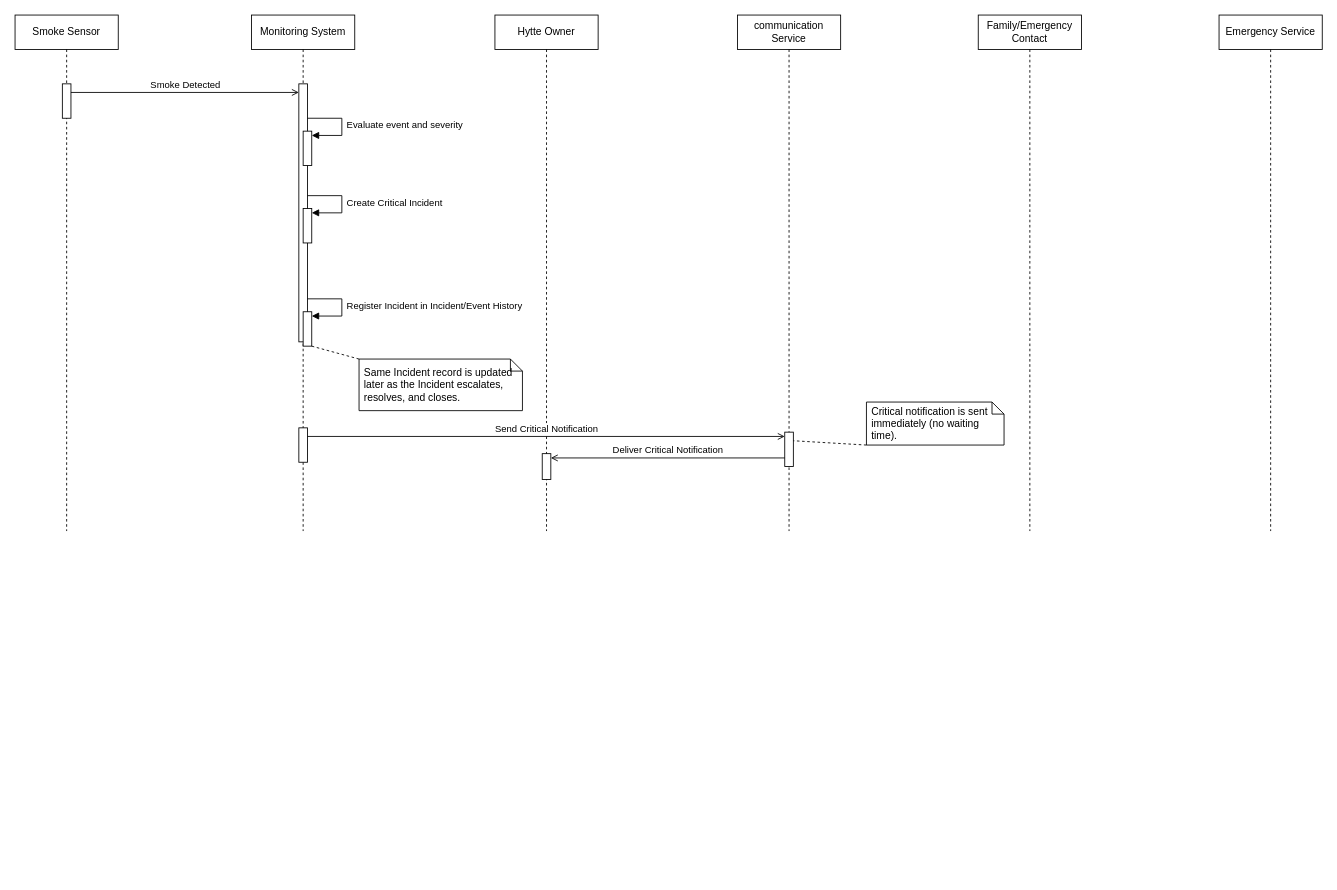
Before: model/sequence-diagram.drawio in hytte-monitoring/hytte-monitoring.github.io, a draw.io diagram. Source tidied: cells renumbered, new cells numbered last; positions are measured from the earlier drawing's top-left corner, leaving out a move shared by most shapes. Both pictures are drawn from the tidied source at 86%, with x=0, y=0 at pixel (15, 15).
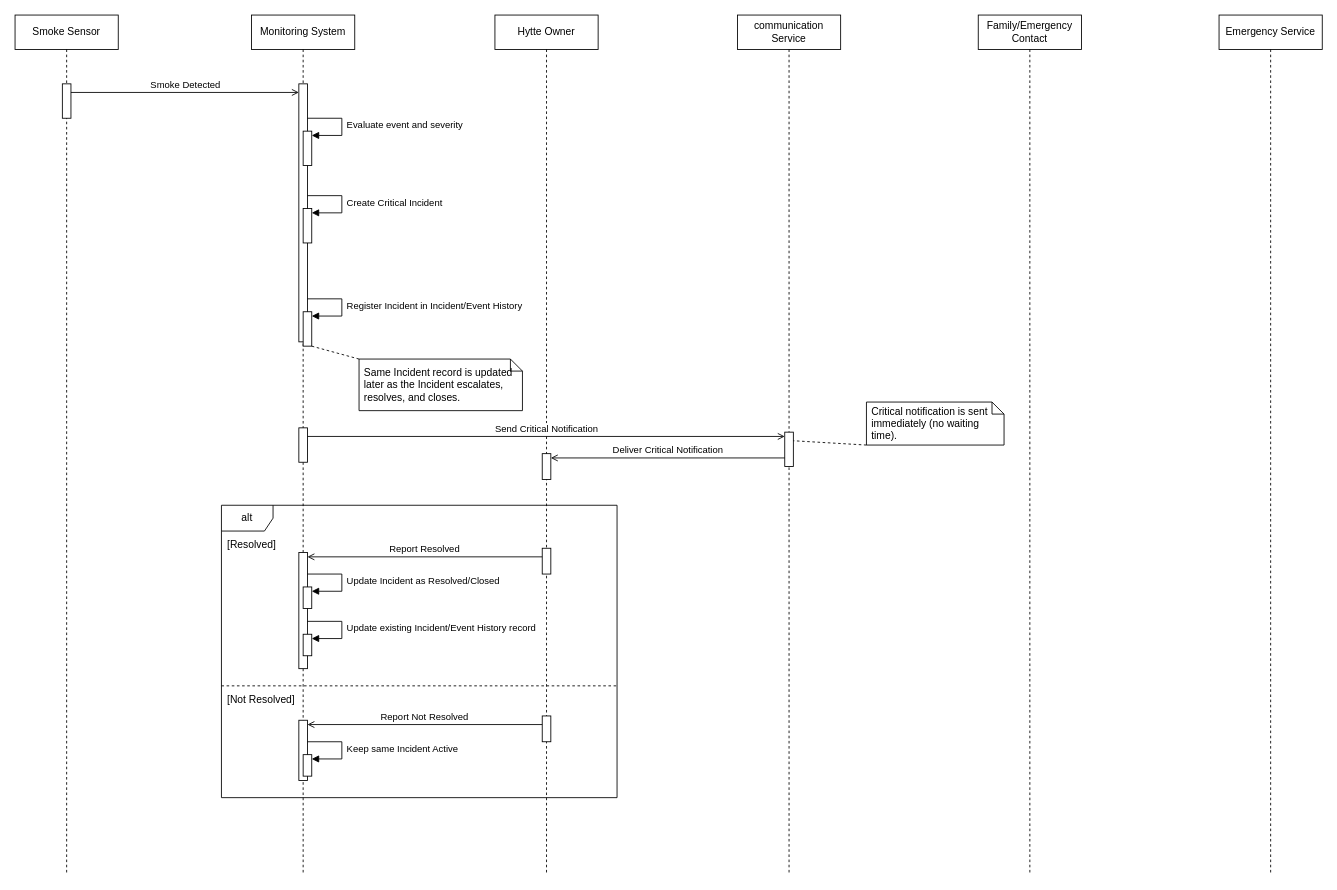
Above is the later version.

Commit message:
Add owner response alt fragment to sequence diagram

Diff of the diagram source:
```diff
@@
     <mxCell id="2" value="Smoke Sensor" style="shape=umlLifeline;perimeter=lifelinePerimeter;whiteSpace=wrap;html=1;newEdgeStyle={&quot;curved&quot;:0,&quot;rounded&quot;:0};size=40;" parent="1" vertex="1">
-      <mxGeometry width="120" height="600" as="geometry" />
+      <mxGeometry width="120" height="1000" as="geometry" />
     </mxCell>
@@
     <mxCell id="4" value="Monitoring System" style="shape=umlLifeline;perimeter=lifelinePerimeter;whiteSpace=wrap;html=1;newEdgeStyle={&quot;curved&quot;:0,&quot;rounded&quot;:0};size=40;" parent="1" vertex="1">
-      <mxGeometry x="275" width="120" height="600" as="geometry" />
+      <mxGeometry x="275" width="120" height="1000" as="geometry" />
     </mxCell>
@@
     <mxCell id="9" value="Hytte Owner" style="shape=umlLifeline;perimeter=lifelinePerimeter;whiteSpace=wrap;html=1;newEdgeStyle={&quot;curved&quot;:0,&quot;rounded&quot;:0};size=40;" parent="1" vertex="1">
-      <mxGeometry x="558" width="120" height="600" as="geometry" />
+      <mxGeometry x="558" width="120" height="1000" as="geometry" />
     </mxCell>
     <mxCell id="10" value="communication Service" style="shape=umlLifeline;perimeter=lifelinePerimeter;whiteSpace=wrap;html=1;newEdgeStyle={&quot;curved&quot;:0,&quot;rounded&quot;:0};size=40;" parent="1" vertex="1">
-      <mxGeometry x="840" width="120" height="600" as="geometry" />
+      <mxGeometry x="840" width="120" height="1000" as="geometry" />
     </mxCell>
     <mxCell id="11" value="Family/Emergency Contact" style="shape=umlLifeline;perimeter=lifelinePerimeter;whiteSpace=wrap;html=1;newEdgeStyle={&quot;curved&quot;:0,&quot;rounded&quot;:0};size=40;" parent="1" vertex="1">
-      <mxGeometry x="1120" width="120" height="600" as="geometry" />
+      <mxGeometry x="1120" width="120" height="1000" as="geometry" />
     </mxCell>
     <mxCell id="12" value="Emergency Service" style="shape=umlLifeline;perimeter=lifelinePerimeter;whiteSpace=wrap;html=1;newEdgeStyle={&quot;curved&quot;:0,&quot;rounded&quot;:0};size=40;" parent="1" vertex="1">
-      <mxGeometry x="1400" width="120" height="600" as="geometry" />
+      <mxGeometry x="1400" width="120" height="1000" as="geometry" />
     </mxCell>
@@
+    <mxCell id="26" value="alt" style="shape=umlFrame;whiteSpace=wrap;html=1;width=60;height=30;fillColor=none;" parent="1" vertex="1">
+      <mxGeometry x="240" y="570" width="460" height="340" as="geometry" />
+    </mxCell>
+    <mxCell id="27" value="[Resolved]" style="text;html=1;align=left;verticalAlign=middle;whiteSpace=wrap;" parent="1" vertex="1">
+      <mxGeometry x="245" y="606" width="85" height="20" as="geometry" />
+    </mxCell>
+    <mxCell id="28" style="html=1;perimeter=orthogonalPerimeter;outlineConnect=0;targetShapes=umlLifeline;portConstraint=eastwest;newEdgeStyle={&quot;curved&quot;:0,&quot;rounded&quot;:0};" parent="9" vertex="1">
+      <mxGeometry x="55" y="620" width="10" height="30" as="geometry" />
+    </mxCell>
+    <mxCell id="29" style="html=1;perimeter=orthogonalPerimeter;outlineConnect=0;targetShapes=umlLifeline;portConstraint=eastwest;newEdgeStyle={&quot;curved&quot;:0,&quot;rounded&quot;:0};" parent="4" vertex="1">
+      <mxGeometry x="55" y="625" width="10" height="135" as="geometry" />
+    </mxCell>
+    <mxCell id="30" style="html=1;perimeter=orthogonalPerimeter;outlineConnect=0;targetShapes=umlLifeline;portConstraint=eastwest;newEdgeStyle={&quot;curved&quot;:0,&quot;rounded&quot;:0};" parent="4" vertex="1">
+      <mxGeometry x="60" y="665" width="10" height="25" as="geometry" />
+    </mxCell>
+    <mxCell id="31" style="html=1;perimeter=orthogonalPerimeter;outlineConnect=0;targetShapes=umlLifeline;portConstraint=eastwest;newEdgeStyle={&quot;curved&quot;:0,&quot;rounded&quot;:0};" parent="4" vertex="1">
+      <mxGeometry x="60" y="720" width="10" height="25" as="geometry" />
+    </mxCell>
+    <mxCell id="32" value="Report Resolved" style="html=1;verticalAlign=bottom;labelBackgroundColor=default;endArrow=open;endFill=0;curved=0;rounded=0;exitX=0;exitY=0.3333;entryX=1;entryY=0.037;" parent="1" edge="1" source="28" target="29">
+      <mxGeometry relative="1" as="geometry" />
+    </mxCell>
+    <mxCell id="33" value="Update Incident as Resolved/Closed" style="html=1;align=left;verticalAlign=middle;spacingLeft=4;labelBackgroundColor=default;endArrow=block;curved=0;rounded=0;exitX=1;exitY=0.1852;entryX=1;entryY=0.2;" parent="1" edge="1" source="29" target="30">
+      <mxGeometry relative="1" as="geometry">
+        <Array as="points">
+          <mxPoint x="380" y="650" />
+          <mxPoint x="380" y="670" />
+        </Array>
+      </mxGeometry>
+    </mxCell>
+    <mxCell id="34" value="Update existing Incident/Event History record" style="html=1;align=left;verticalAlign=middle;spacingLeft=4;labelBackgroundColor=default;endArrow=block;curved=0;rounded=0;exitX=1;exitY=0.5926;entryX=1;entryY=0.2;" parent="1" edge="1" source="29" target="31">
+      <mxGeometry relative="1" as="geometry">
+        <Array as="points">
+          <mxPoint x="380" y="705" />
+          <mxPoint x="380" y="725" />
+        </Array>
+      </mxGeometry>
+    </mxCell>
+    <mxCell id="35" style="html=1;endArrow=none;dashed=1;curved=0;rounded=0;" parent="1" edge="1">
+      <mxGeometry relative="1" as="geometry">
+        <mxPoint x="240" y="780" as="sourcePoint" />
+        <mxPoint x="700" y="780" as="targetPoint" />
+      </mxGeometry>
+    </mxCell>
+    <mxCell id="36" value="[Not Resolved]" style="text;html=1;align=left;verticalAlign=middle;whiteSpace=wrap;" parent="1" vertex="1">
+      <mxGeometry x="245" y="786" width="85" height="20" as="geometry" />
+    </mxCell>
+    <mxCell id="37" style="html=1;perimeter=orthogonalPerimeter;outlineConnect=0;targetShapes=umlLifeline;portConstraint=eastwest;newEdgeStyle={&quot;curved&quot;:0,&quot;rounded&quot;:0};" parent="9" vertex="1">
+      <mxGeometry x="55" y="815" width="10" height="30" as="geometry" />
+    </mxCell>
+    <mxCell id="38" style="html=1;perimeter=orthogonalPerimeter;outlineConnect=0;targetShapes=umlLifeline;portConstraint=eastwest;newEdgeStyle={&quot;curved&quot;:0,&quot;rounded&quot;:0};" parent="4" vertex="1">
+      <mxGeometry x="55" y="820" width="10" height="70" as="geometry" />
+    </mxCell>
+    <mxCell id="39" style="html=1;perimeter=orthogonalPerimeter;outlineConnect=0;targetShapes=umlLifeline;portConstraint=eastwest;newEdgeStyle={&quot;curved&quot;:0,&quot;rounded&quot;:0};" parent="4" vertex="1">
+      <mxGeometry x="60" y="860" width="10" height="25" as="geometry" />
+    </mxCell>
+    <mxCell id="40" value="Report Not Resolved" style="html=1;verticalAlign=bottom;labelBackgroundColor=default;endArrow=open;endFill=0;curved=0;rounded=0;exitX=0;exitY=0.3333;entryX=1;entryY=0.0714;" parent="1" edge="1" source="37" target="38">
+      <mxGeometry relative="1" as="geometry" />
+    </mxCell>
+    <mxCell id="41" value="Keep same Incident Active" style="html=1;align=left;verticalAlign=middle;spacingLeft=4;labelBackgroundColor=default;endArrow=block;curved=0;rounded=0;exitX=1;exitY=0.3571;entryX=1;entryY=0.2;" parent="1" edge="1" source="38" target="39">
+      <mxGeometry relative="1" as="geometry">
+        <Array as="points">
+          <mxPoint x="380" y="845" />
+          <mxPoint x="380" y="865" />
+        </Array>
+      </mxGeometry>
+    </mxCell>
```
